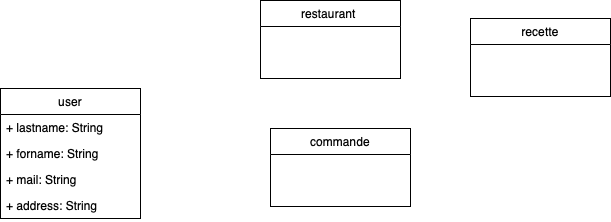
Earlier version of the draw.io export good_food_2.0/Untitled Diagram.drawio.png (obaconnais/good_food_2.0). Source tidied: cells renumbered, new cells last; positions are measured from the earlier drawing's top-left corner, leaving out a move shared by most shapes.
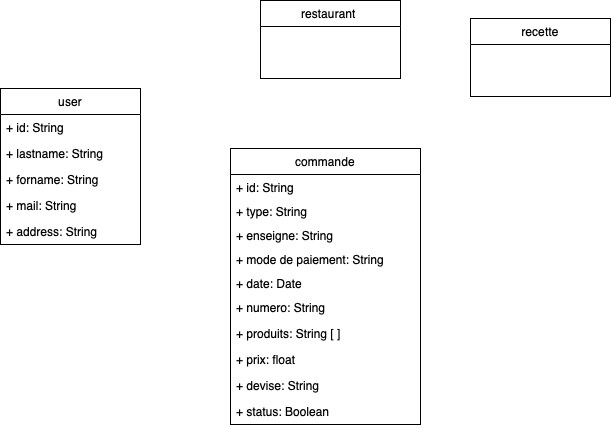
The same diagram one commit later.

What changed in the source:
```diff
@@ -3,19 +3,22 @@
     <mxCell id="0" />
     <mxCell id="1" parent="0" />
     <mxCell id="2" value="user" style="swimlane;fontStyle=0;horizontal=1;startSize=26;fillColor=none;" parent="1" vertex="1">
-      <mxGeometry y="88" width="140" height="130" as="geometry" />
+      <mxGeometry y="88" width="140" height="156" as="geometry" />
     </mxCell>
-    <mxCell id="3" value="+ lastname: String" style="text;strokeColor=none;fillColor=none;align=left;verticalAlign=top;spacingLeft=4;spacingRight=4;overflow=hidden;" parent="2" vertex="1">
+    <mxCell id="3" value="+ id: String" style="text;strokeColor=none;fillColor=none;align=left;verticalAlign=top;spacingLeft=4;spacingRight=4;overflow=hidden;" parent="2" vertex="1">
       <mxGeometry y="26" width="140" height="26" as="geometry" />
     </mxCell>
+    <mxCell id="10" value="+ lastname: String" style="text;strokeColor=none;fillColor=none;align=left;verticalAlign=top;spacingLeft=4;spacingRight=4;overflow=hidden;" parent="2" vertex="1">
+      <mxGeometry y="52" width="140" height="26" as="geometry" />
+    </mxCell>
     <mxCell id="4" value="+ forname: String" style="text;strokeColor=none;fillColor=none;align=left;verticalAlign=top;spacingLeft=4;spacingRight=4;overflow=hidden;" parent="2" vertex="1">
-      <mxGeometry y="52" width="140" height="26" as="geometry" />
+      <mxGeometry y="78" width="140" height="26" as="geometry" />
     </mxCell>
     <mxCell id="5" value="+ mail: String" style="text;strokeColor=none;fillColor=none;align=left;verticalAlign=top;spacingLeft=4;spacingRight=4;overflow=hidden;" parent="2" vertex="1">
-      <mxGeometry y="78" width="140" height="26" as="geometry" />
+      <mxGeometry y="104" width="140" height="26" as="geometry" />
     </mxCell>
     <mxCell id="6" value="+ address: String" style="text;strokeColor=none;fillColor=none;align=left;verticalAlign=top;spacingLeft=4;spacingRight=4;overflow=hidden;" parent="2" vertex="1">
-      <mxGeometry y="104" width="140" height="26" as="geometry" />
+      <mxGeometry y="130" width="140" height="26" as="geometry" />
     </mxCell>
     <mxCell id="7" value="restaurant " style="swimlane;fontStyle=0;horizontal=1;startSize=26;fillColor=none;" parent="1" vertex="1">
       <mxGeometry x="260" width="140" height="78" as="geometry" />
@@ -24,7 +27,37 @@
       <mxGeometry x="470" y="18" width="140" height="78" as="geometry" />
     </mxCell>
     <mxCell id="9" value="commande" style="swimlane;fontStyle=0;horizontal=1;startSize=26;fillColor=none;" parent="1" vertex="1">
-      <mxGeometry x="270" y="128" width="140" height="78" as="geometry" />
+      <mxGeometry x="230" y="148" width="190" height="276" as="geometry" />
     </mxCell>
+    <mxCell id="11" value="+ id: String" style="text;strokeColor=none;fillColor=none;align=left;verticalAlign=top;spacingLeft=4;spacingRight=4;overflow=hidden;" parent="9" vertex="1">
+      <mxGeometry y="26" width="190" height="24" as="geometry" />
+    </mxCell>
+    <mxCell id="12" value="+ type: String" style="text;strokeColor=none;fillColor=none;align=left;verticalAlign=top;spacingLeft=4;spacingRight=4;overflow=hidden;" parent="9" vertex="1">
+      <mxGeometry y="50" width="190" height="24" as="geometry" />
+    </mxCell>
+    <mxCell id="13" value="+ enseigne: String" style="text;strokeColor=none;fillColor=none;align=left;verticalAlign=top;spacingLeft=4;spacingRight=4;overflow=hidden;" parent="9" vertex="1">
+      <mxGeometry y="74" width="190" height="24" as="geometry" />
+    </mxCell>
+    <mxCell id="14" value="+ mode de paiement: String" style="text;strokeColor=none;fillColor=none;align=left;verticalAlign=top;spacingLeft=4;spacingRight=4;overflow=hidden;" parent="9" vertex="1">
+      <mxGeometry y="98" width="190" height="24" as="geometry" />
+    </mxCell>
+    <mxCell id="15" value="+ date: Date" style="text;strokeColor=none;fillColor=none;align=left;verticalAlign=top;spacingLeft=4;spacingRight=4;overflow=hidden;" parent="9" vertex="1">
+      <mxGeometry y="122" width="190" height="24" as="geometry" />
+    </mxCell>
+    <mxCell id="16" value="+ numero: String" style="text;strokeColor=none;fillColor=none;align=left;verticalAlign=top;spacingLeft=4;spacingRight=4;overflow=hidden;" parent="9" vertex="1">
+      <mxGeometry y="146" width="190" height="26" as="geometry" />
+    </mxCell>
+    <mxCell id="17" value="+ produits: String [ ]" style="text;strokeColor=none;fillColor=none;align=left;verticalAlign=top;spacingLeft=4;spacingRight=4;overflow=hidden;" parent="9" vertex="1">
+      <mxGeometry y="172" width="190" height="26" as="geometry" />
+    </mxCell>
+    <mxCell id="18" value="+ prix: float" style="text;strokeColor=none;fillColor=none;align=left;verticalAlign=top;spacingLeft=4;spacingRight=4;overflow=hidden;" parent="9" vertex="1">
+      <mxGeometry y="198" width="190" height="26" as="geometry" />
+    </mxCell>
+    <mxCell id="19" value="+ devise: String" style="text;strokeColor=none;fillColor=none;align=left;verticalAlign=top;spacingLeft=4;spacingRight=4;overflow=hidden;" parent="9" vertex="1">
+      <mxGeometry y="224" width="190" height="26" as="geometry" />
+    </mxCell>
+    <mxCell id="20" value="+ status: Boolean" style="text;strokeColor=none;fillColor=none;align=left;verticalAlign=top;spacingLeft=4;spacingRight=4;overflow=hidden;" parent="9" vertex="1">
+      <mxGeometry y="250" width="190" height="26" as="geometry" />
+    </mxCell>
   </root>
 </mxGraphModel>
```
